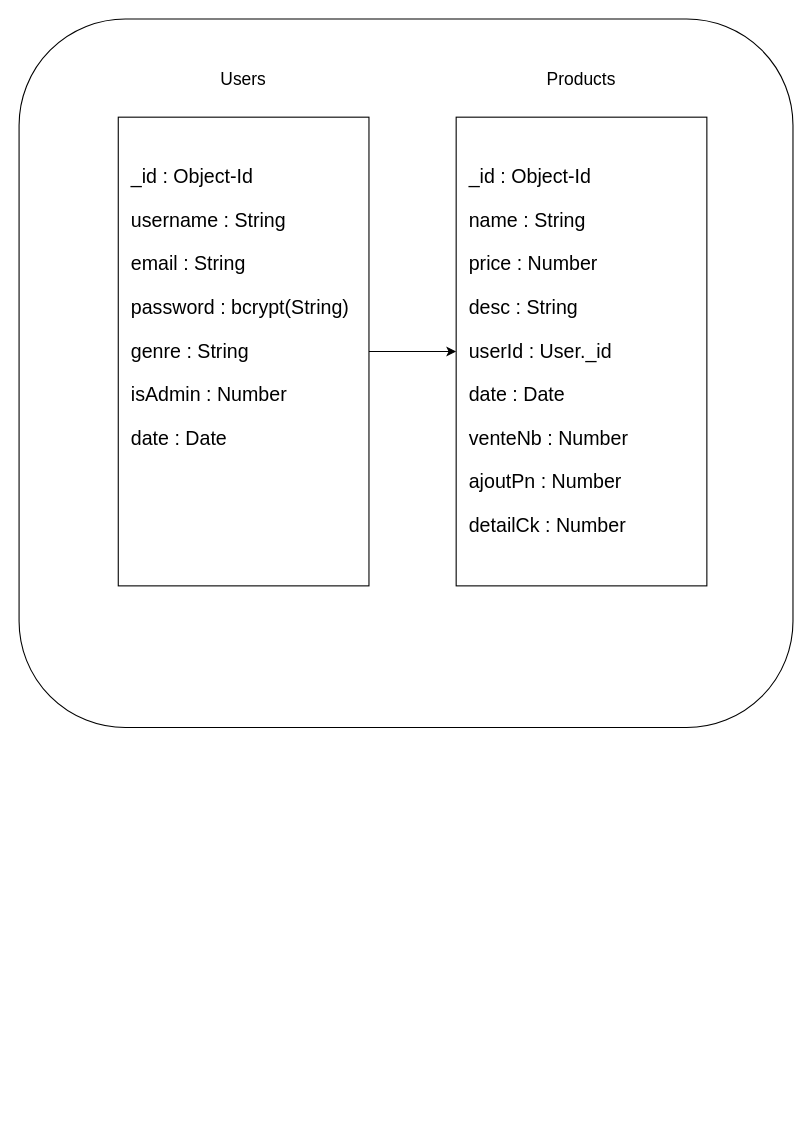
Before: serverNoSQL/UML/DB.drawio in JohanSoulanges/BackProjetEtna, a draw.io diagram. Source tidied: cells renumbered, new cells numbered last; positions are measured from the earlier drawing's top-left corner, leaving out a move shared by most shapes. Both pictures are drawn from the tidied source at 109%, with x=0, y=0 at pixel (19, 19).
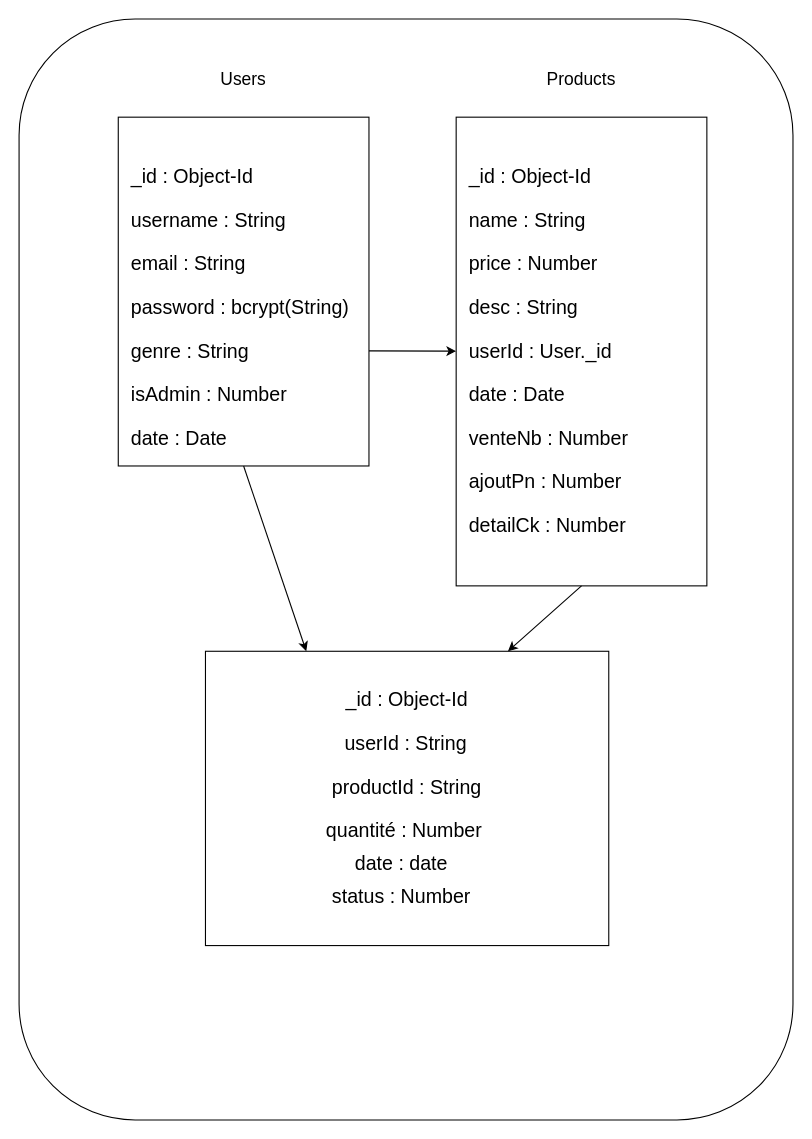
Above is the later version.

The change refers to these unchanged cells:
```xml
<mxCell id="5" style="rounded=0;whiteSpace=wrap;html=1;" parent="1" vertex="1">
  <mxGeometry x="401" y="90" width="230" height="430" as="geometry" />
</mxCell>
```

The edit, as a diff of the source:
```diff
@@
     <mxCell id="2" style="rounded=1;whiteSpace=wrap;html=1;" parent="1" vertex="1">
-      <mxGeometry width="710" height="650" as="geometry" />
+      <mxGeometry width="710" height="1010" as="geometry" />
     </mxCell>
-    <mxCell id="3" style="edgeStyle=none;html=1;" parent="1" edge="1" source="4" target="5">
+    <mxCell id="3" style="edgeStyle=none;html=1;exitX=1;exitY=0.67;exitDx=0;exitDy=0;exitPerimeter=0;" parent="1" edge="1" source="4" target="5">
       <mxGeometry relative="1" as="geometry" />
     </mxCell>
     <mxCell id="4" style="rounded=0;whiteSpace=wrap;html=1;" parent="1" vertex="1">
-      <mxGeometry x="91" y="90" width="230" height="430" as="geometry" />
+      <mxGeometry x="91" y="90" width="230" height="320" as="geometry" />
     </mxCell>
@@
+    <mxCell id="24" style="rounded=0;whiteSpace=wrap;html=1;" parent="1" vertex="1">
+      <mxGeometry x="171" y="580" width="370" height="270" as="geometry" />
+    </mxCell>
+    <mxCell id="25" style="endArrow=classic;html=1;entryX=0.75;entryY=0;entryDx=0;entryDy=0;exitX=0.5;exitY=1;exitDx=0;exitDy=0;" parent="1" edge="1" source="5" target="24">
+      <mxGeometry relative="1" as="geometry" />
+    </mxCell>
+    <mxCell id="26" style="endArrow=classic;html=1;exitX=0.5;exitY=1;exitDx=0;exitDy=0;entryX=0.25;entryY=0;entryDx=0;entryDy=0;" parent="1" edge="1" source="4" target="24">
+      <mxGeometry relative="1" as="geometry" />
+    </mxCell>
+    <mxCell id="27" value="_id : Object-Id" style="text;html=1;strokeColor=none;fillColor=none;align=center;verticalAlign=middle;whiteSpace=wrap;rounded=0;fontSize=18;" parent="1" vertex="1">
+      <mxGeometry x="201" y="610" width="310" height="30" as="geometry" />
+    </mxCell>
+    <mxCell id="28" value="userId : String" style="text;html=1;strokeColor=none;fillColor=none;align=center;verticalAlign=middle;whiteSpace=wrap;rounded=0;fontSize=18;" parent="1" vertex="1">
+      <mxGeometry x="200" y="650" width="310" height="30" as="geometry" />
+    </mxCell>
+    <mxCell id="29" value="productId : String" style="text;html=1;strokeColor=none;fillColor=none;align=center;verticalAlign=middle;whiteSpace=wrap;rounded=0;fontSize=18;" parent="1" vertex="1">
+      <mxGeometry x="201" y="690" width="310" height="30" as="geometry" />
+    </mxCell>
+    <mxCell id="30" value="quantité : Number&amp;nbsp;" style="text;html=1;strokeColor=none;fillColor=none;align=center;verticalAlign=middle;whiteSpace=wrap;rounded=0;fontSize=18;" parent="1" vertex="1">
+      <mxGeometry x="201" y="730" width="310" height="30" as="geometry" />
+    </mxCell>
+    <mxCell id="31" value="date : date&amp;nbsp;&amp;nbsp;" style="text;html=1;strokeColor=none;fillColor=none;align=center;verticalAlign=middle;whiteSpace=wrap;rounded=0;fontSize=18;" parent="1" vertex="1">
+      <mxGeometry x="201" y="760" width="310" height="30" as="geometry" />
+    </mxCell>
+    <mxCell id="32" value="status : Number&amp;nbsp;&amp;nbsp;" style="text;html=1;strokeColor=none;fillColor=none;align=center;verticalAlign=middle;whiteSpace=wrap;rounded=0;fontSize=18;" parent="1" vertex="1">
+      <mxGeometry x="201" y="790" width="310" height="30" as="geometry" />
+    </mxCell>
```
